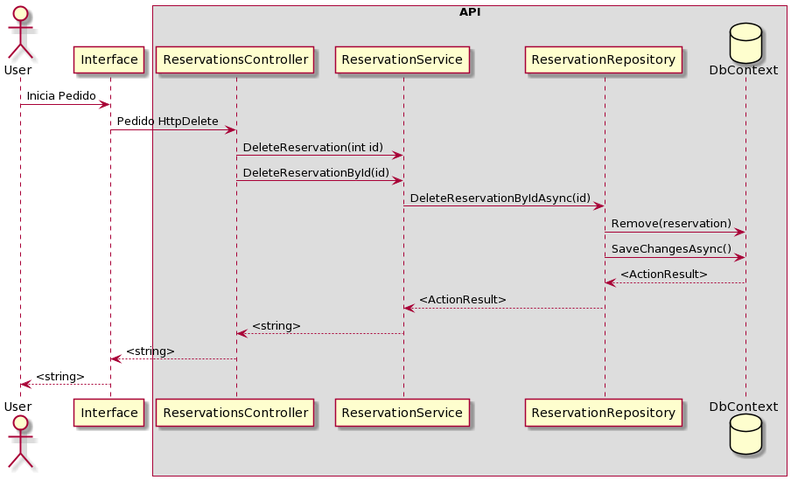
The PlantUML diagram Documentos/3_APICentral(iParkMedusa)/UC5/UC5_SD.png in UPskillDOTNET/SapienSoft, before a commit. Its diagram source:
```plantuml
@startuml
Actor User
User -> Interface: Inicia Pedido
box API
Interface -> ReservationsController: Pedido HttpDelete
ReservationsController -> ReservationService: DeleteReservation(int id)
ReservationsController -> ReservationService : DeleteReservationById(id)
ReservationService -> ReservationRepository: DeleteReservationByIdAsync(id)
database DbContext
ReservationRepository -> DbContext: Remove(reservation)
ReservationRepository -> DbContext: SaveChangesAsync()
DbContext--> ReservationRepository: <ActionResult>
ReservationRepository --> ReservationService: <ActionResult>
ReservationService --> ReservationsController: <string>
end box
ReservationsController --> Interface: <string>
Interface --> User: <string>
@enduml
```
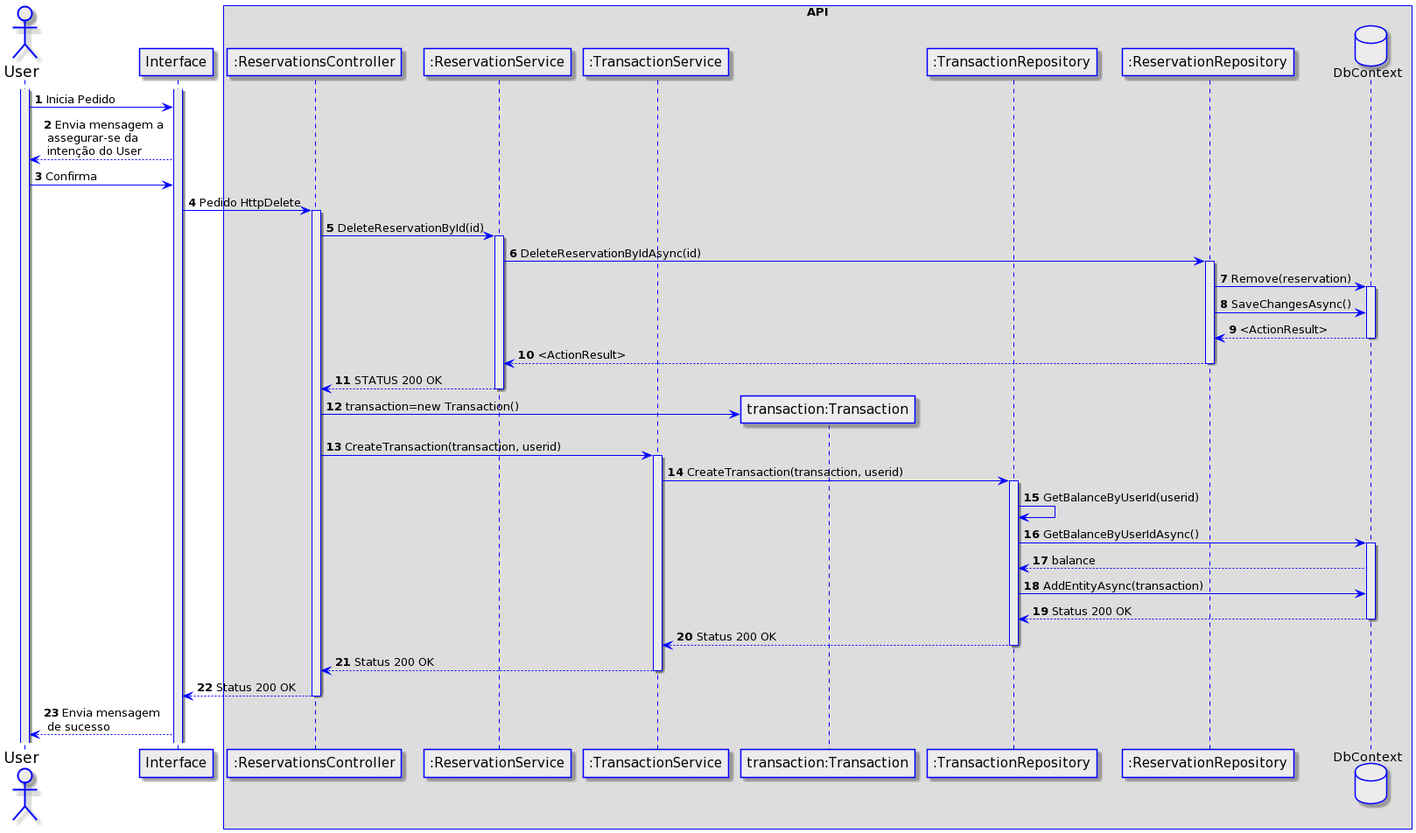
The same file after the commit.

The edit, as a diff of the source:
```diff
@@ -1,18 +1,76 @@
 @startuml
-Actor User
-User -> Interface: Inicia Pedido
+skinparam {
+ActorBorderColor Blue
+ParticipantBorderColor Blue
+ParticipantBackgroundColor #ECECEC
+ParticipantFontName Impact
+ParticipantFontSize 15
+ParticipantFontColor black
+ActorBackgroundColor #ECECEC
+ActorFontSize 17
+ActorFontName Aapex
+DatabaseBackgroundColor #ECECEC
+DatabaseBorderColor Blue
+}
+
+skinparam sequence {
+LifeLineBorderColor Blue
+LifeLineBackgroundColor #ECECEC
+BoxBorderColor Blue
+ArrowColor Blue
+}
+
+actor User as U
+participant Interface as I
 box API
-Interface -> ReservationsController: Pedido HttpDelete
-ReservationsController -> ReservationService: DeleteReservation(int id)
-ReservationsController -> ReservationService : DeleteReservationById(id)
-ReservationService -> ReservationRepository: DeleteReservationByIdAsync(id)
-database DbContext
-ReservationRepository -> DbContext: Remove(reservation)
-ReservationRepository -> DbContext: SaveChangesAsync()
-DbContext--> ReservationRepository: <ActionResult>
-ReservationRepository --> ReservationService: <ActionResult>
-ReservationService --> ReservationsController: <string>
+participant ":ReservationsController" as RC
+participant ":ReservationService" as RS
+participant ":TransactionService" as TS
+participant "transaction:Transaction" as T
+participant ":TransactionRepository" as TR
+participant ":ReservationRepository" as RR
+database DbContext as DB
 end box
-ReservationsController --> Interface: <string>
-Interface --> User: <string>
+
+activate U
+activate I
+U -> I: **1** Inicia Pedido
+I --> U: **2** Envia mensagem a \n assegurar-se da \n intenção do User
+U -> I: **3** Confirma
+box API
+I -> RC: **4** Pedido HttpDelete
+activate RC
+RC -> RS : **5** DeleteReservationById(id)
+activate RS
+RS -> RR: **6** DeleteReservationByIdAsync(id)
+activate RR
+RR -> DB: **7** Remove(reservation)
+activate DB
+RR -> DB: **8** SaveChangesAsync()
+DB --> RR: **9** <ActionResult>
+deactivate DB
+RR --> RS: **10** <ActionResult>
+deactivate RR
+RS --> RC: **11** STATUS 200 OK
+deactivate RS
+RC -> T**: **12** transaction=new Transaction()
+RC -> TS: **13** CreateTransaction(transaction, userid)
+activate TS
+TS -> TR: **14** CreateTransaction(transaction, userid)
+activate TR
+TR -> TR: **15** GetBalanceByUserId(userid)
+TR -> DB: **16** GetBalanceByUserIdAsync()
+activate DB
+DB --> TR: **17** balance
+TR -> DB: **18** AddEntityAsync(transaction)
+DB --> TR: **19** Status 200 OK
+deactivate DB
+TR --> TS: **20** Status 200 OK
+deactivate TR
+TS --> RC: **21** Status 200 OK
+deactivate TS
+RC --> I: **22** Status 200 OK
+end box
+deactivate RC
+I --> U: **23** Envia mensagem \n de sucesso
 @enduml
```
